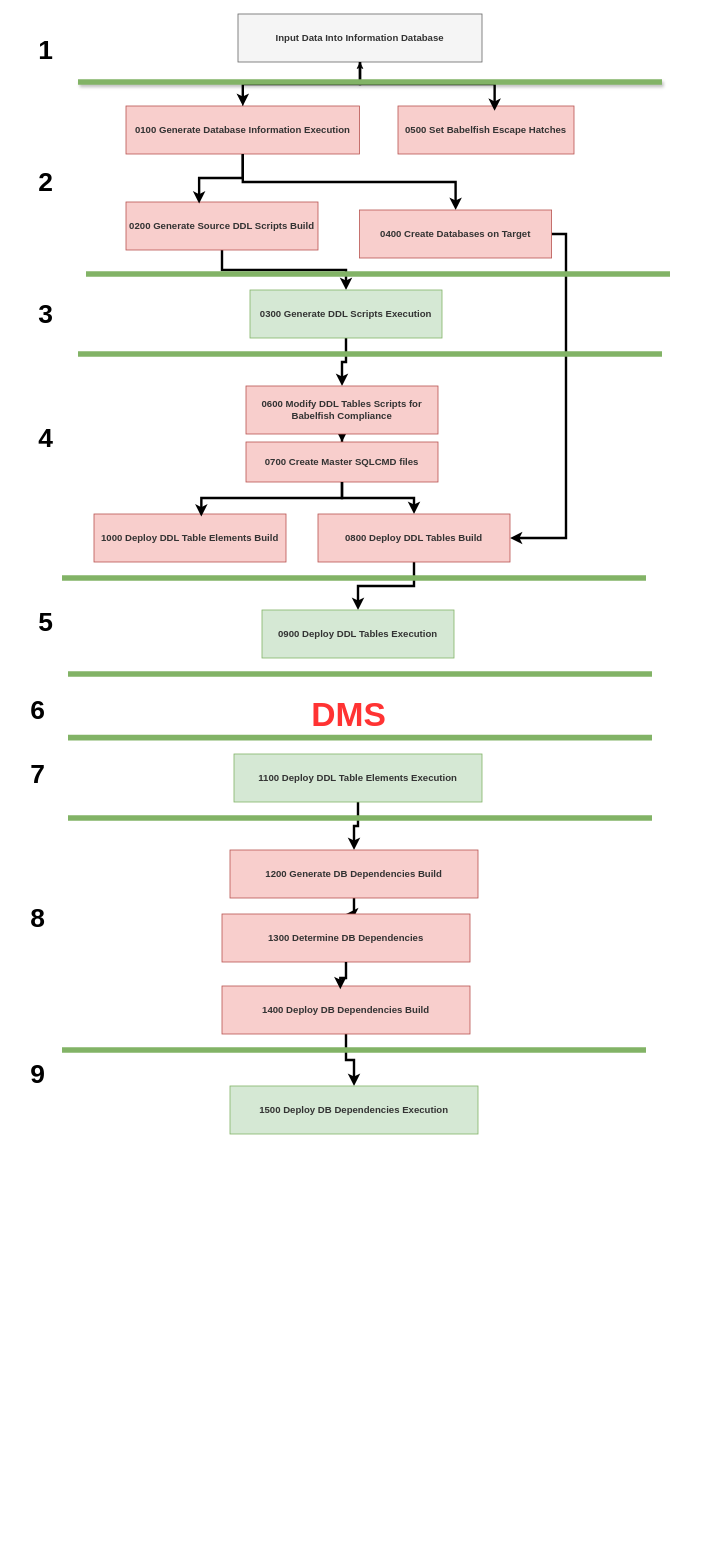
This is Untitled Diagram.drawio from smpetersgithub/draw-diagrams-depot, a draw.io file, before an edit. Source tidied: cells renumbered, new cells numbered last; positions are measured from the earlier drawing's top-left corner, leaving out a move shared by most shapes. Both pictures are drawn from the tidied source at 80%, with x=0, y=0 at pixel (14, 14).
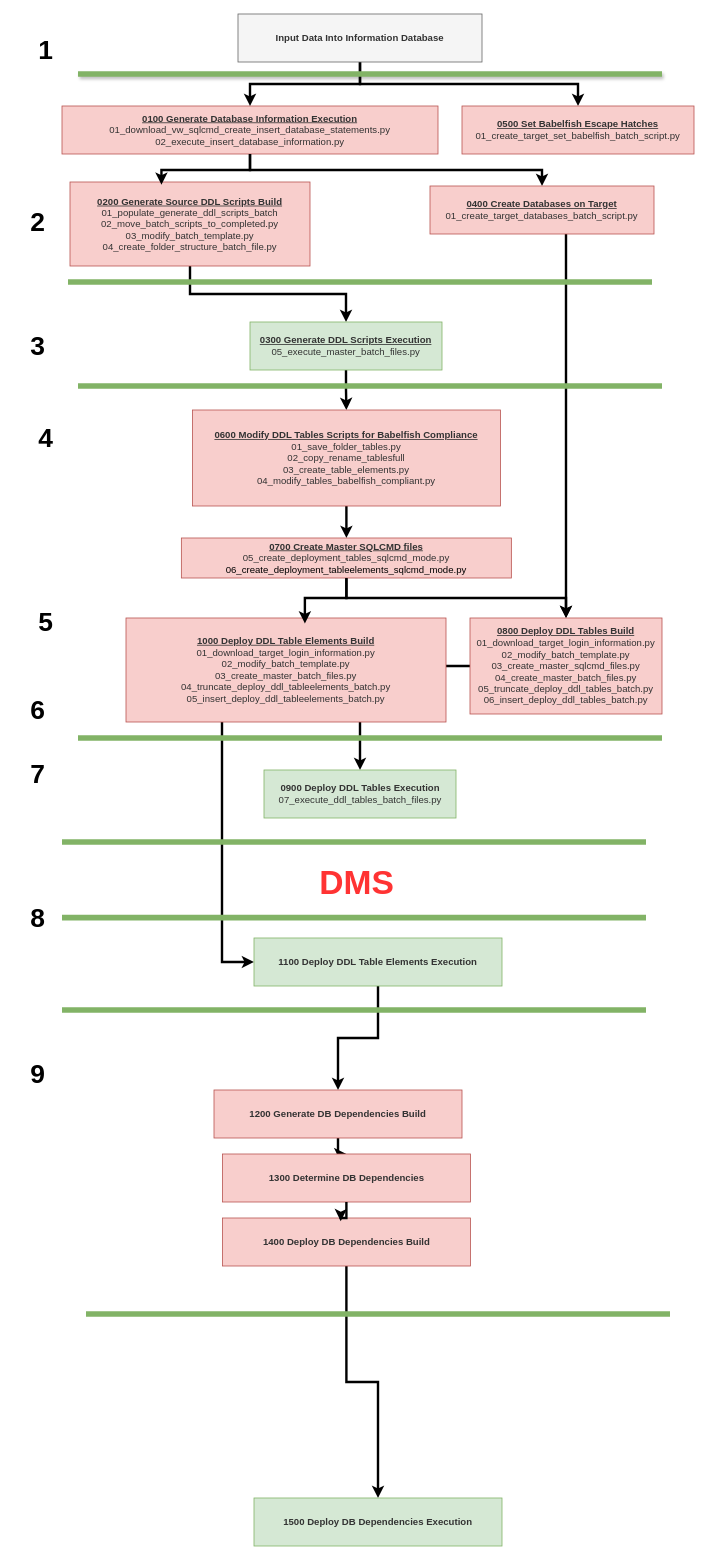
After the change.

The change refers to these unchanged cells:
```xml
<mxCell id="6" value="&lt;span style=&quot;color: rgb(51, 51, 51);&quot;&gt;&lt;b&gt;Input Data Into Information Database&lt;/b&gt;&lt;/span&gt;" style="rounded=0;whiteSpace=wrap;html=1;points=[[0,0,0,0,0],[0,0.25,0,0,0],[0,0.5,0,0,0],[0,0.75,0,0,0],[0,1,0,0,0],[0.25,0,0,0,0],[0.25,1,0,0,0],[0.5,0,0,0,0],[0.5,1,0,0,0],[0.75,0,0,0,0],[0.75,1,0,0,0],[1,0,0,0,0],[1,0.25,0,0,0],[1,0.5,0,0,0],[1,0.75,0,0,0],[1,1,0,0,0]];fillColor=#f5f5f5;fontColor=#333333;strokeColor=#666666;" parent="1" vertex="1">
  <mxGeometry x="280" width="305" height="60" as="geometry" />
</mxCell>
```

Change to the diagram source:
```diff
@@
-    <mxCell id="2" style="edgeStyle=orthogonalEdgeStyle;rounded=0;jettySize=auto;html=1;strokeWidth=3;" parent="1" edge="1" source="4" target="12">
-      <mxGeometry relative="1" as="geometry" />
-    </mxCell>
-    <mxCell id="3" style="edgeStyle=orthogonalEdgeStyle;rounded=0;jettySize=auto;html=1;" parent="1" edge="1" source="4" target="6">
-      <mxGeometry relative="1" as="geometry" />
-    </mxCell>
-    <mxCell id="4" value="&lt;span style=&quot;color: rgb(51, 51, 51);&quot;&gt;&lt;b&gt;0100 Generate Database Information Execution&lt;/b&gt;&lt;/span&gt;" style="rounded=0;whiteSpace=wrap;html=1;fillColor=#f8cecc;strokeColor=#b85450;" parent="1" vertex="1">
-      <mxGeometry x="140" y="115" width="292" height="60" as="geometry" />
+    <mxCell id="4" value="&lt;span style=&quot;color: rgb(51, 51, 51);&quot;&gt;&lt;b&gt;&lt;u&gt;0100 Generate Database Information Execution&lt;/u&gt;&lt;/b&gt;&lt;/span&gt;&lt;div&gt;&lt;font color=&quot;#333333&quot;&gt;01_download_vw_sqlcmd_create_insert_database_statements.py&lt;/font&gt;&lt;br&gt;&lt;/div&gt;&lt;div&gt;&lt;font color=&quot;#333333&quot;&gt;02_execute_insert_database_information.py&lt;br&gt;&lt;/font&gt;&lt;/div&gt;" style="rounded=0;whiteSpace=wrap;html=1;fillColor=#f8cecc;strokeColor=#b85450;" parent="1" vertex="1">
+      <mxGeometry x="60" y="115" width="470" height="60" as="geometry" />
     </mxCell>
@@
+    <mxCell id="31" style="edgeStyle=orthogonalEdgeStyle;rounded=0;jettySize=auto;html=1;strokeWidth=3;" parent="1" edge="1" source="6" target="13">
+      <mxGeometry relative="1" as="geometry" />
+    </mxCell>
@@
-    <mxCell id="8" value="&lt;span style=&quot;color: rgb(51, 51, 51);&quot;&gt;&lt;b&gt;0200 Generate Source DDL Scripts Build&lt;/b&gt;&lt;/span&gt;" style="rounded=0;whiteSpace=wrap;html=1;fillColor=#f8cecc;strokeColor=#b85450;" parent="1" vertex="1">
-      <mxGeometry x="140" y="235" width="240" height="60" as="geometry" />
+    <mxCell id="8" value="&lt;span style=&quot;color: rgb(51, 51, 51);&quot;&gt;&lt;b&gt;&lt;u&gt;0200 Generate Source DDL Scripts Build&lt;/u&gt;&lt;/b&gt;&lt;/span&gt;&lt;div&gt;&lt;font color=&quot;#333333&quot;&gt;01_populate_generate_ddl_scripts_batch&lt;/font&gt;&lt;br&gt;&lt;/div&gt;&lt;div&gt;&lt;font color=&quot;#333333&quot;&gt;02_move_batch_scripts_to_completed.py&lt;br&gt;&lt;/font&gt;&lt;/div&gt;&lt;div&gt;&lt;font color=&quot;#333333&quot;&gt;03_modify_batch_template.py&lt;br&gt;&lt;/font&gt;&lt;/div&gt;&lt;div&gt;&lt;font color=&quot;#333333&quot;&gt;04_create_folder_structure_batch_file.py&lt;/font&gt;&lt;/div&gt;" style="rounded=0;whiteSpace=wrap;html=1;fillColor=#f8cecc;strokeColor=#b85450;" parent="1" vertex="1">
+      <mxGeometry x="70" y="210" width="300" height="105" as="geometry" />
     </mxCell>
@@
-    <mxCell id="10" value="&lt;span style=&quot;color: rgb(51, 51, 51);&quot;&gt;&lt;b&gt;0300 Generate DDL Scripts Execution&lt;/b&gt;&lt;/span&gt;" style="rounded=0;whiteSpace=wrap;html=1;fillColor=#d5e8d4;strokeColor=#82b366;" parent="1" vertex="1">
-      <mxGeometry x="295" y="345" width="240" height="60" as="geometry" />
+    <mxCell id="10" value="&lt;span style=&quot;color: rgb(51, 51, 51);&quot;&gt;&lt;b&gt;&lt;u&gt;0300 Generate DDL Scripts Execution&lt;/u&gt;&lt;/b&gt;&lt;/span&gt;&lt;div&gt;&lt;font color=&quot;#333333&quot;&gt;05_execute_master_batch_files.py&lt;/font&gt;&lt;br&gt;&lt;/div&gt;" style="rounded=0;whiteSpace=wrap;html=1;fillColor=#d5e8d4;strokeColor=#82b366;" parent="1" vertex="1">
+      <mxGeometry x="295" y="385" width="240" height="60" as="geometry" />
     </mxCell>
@@
-    <mxCell id="12" value="&lt;span style=&quot;color: rgb(51, 51, 51);&quot;&gt;&lt;b&gt;0400 Create Databases on Target&lt;/b&gt;&lt;/span&gt;" style="rounded=0;whiteSpace=wrap;html=1;fillColor=#f8cecc;strokeColor=#b85450;" parent="1" vertex="1">
-      <mxGeometry x="432" y="245" width="240" height="60" as="geometry" />
-    </mxCell>
-    <mxCell id="13" value="&lt;span style=&quot;color: rgb(51, 51, 51);&quot;&gt;&lt;b&gt;0500 Set Babelfish Escape Hatches&lt;/b&gt;&lt;/span&gt;" style="rounded=0;whiteSpace=wrap;html=1;fillColor=#f8cecc;strokeColor=#b85450;" parent="1" vertex="1">
-      <mxGeometry x="480" y="115" width="220" height="60" as="geometry" />
+    <mxCell id="13" value="&lt;span style=&quot;color: rgb(51, 51, 51);&quot;&gt;&lt;b&gt;&lt;u&gt;0500 Set Babelfish Escape Hatches&lt;/u&gt;&lt;/b&gt;&lt;/span&gt;&lt;div&gt;&lt;font color=&quot;#333333&quot;&gt;01_create_target_set_babelfish_batch_script.py&lt;/font&gt;&lt;br&gt;&lt;/div&gt;" style="rounded=0;whiteSpace=wrap;html=1;fillColor=#f8cecc;strokeColor=#b85450;" parent="1" vertex="1">
+      <mxGeometry x="560" y="115" width="290" height="60" as="geometry" />
     </mxCell>
@@
-    <mxCell id="15" value="&lt;span style=&quot;color: rgb(51, 51, 51);&quot;&gt;&lt;b&gt;0600 Modify DDL Tables Scripts for Babelfish Compliance&lt;/b&gt;&lt;/span&gt;" style="rounded=0;whiteSpace=wrap;html=1;fillColor=#f8cecc;strokeColor=#b85450;" parent="1" vertex="1">
-      <mxGeometry x="290" y="465" width="240" height="60" as="geometry" />
+    <mxCell id="15" value="&lt;span style=&quot;color: rgb(51, 51, 51);&quot;&gt;&lt;b&gt;&lt;u&gt;0600 Modify DDL Tables Scripts for Babelfish Compliance&lt;/u&gt;&lt;/b&gt;&lt;/span&gt;&lt;div&gt;&lt;font style=&quot;&quot; color=&quot;#333333&quot;&gt;01_save_folder_tables.py&lt;/font&gt;&lt;br&gt;&lt;/div&gt;&lt;div&gt;&lt;font style=&quot;&quot; color=&quot;#333333&quot;&gt;02_copy_rename_tablesfull&lt;br&gt;&lt;/font&gt;&lt;/div&gt;&lt;div&gt;&lt;font style=&quot;&quot; color=&quot;#333333&quot;&gt;03_create_table_elements.py&lt;br&gt;&lt;/font&gt;&lt;/div&gt;&lt;div&gt;&lt;font style=&quot;&quot; color=&quot;#333333&quot;&gt;04_modify_tables_babelfish_compliant.py&lt;/font&gt;&lt;/div&gt;" style="rounded=0;whiteSpace=wrap;html=1;fillColor=#f8cecc;strokeColor=#b85450;" parent="1" vertex="1">
+      <mxGeometry x="223" y="495" width="385" height="120" as="geometry" />
     </mxCell>
@@
-    <mxCell id="17" value="&lt;span style=&quot;color: rgb(51, 51, 51);&quot;&gt;&lt;b&gt;0700 Create Master SQLCMD files&lt;/b&gt;&lt;/span&gt;" style="rounded=0;whiteSpace=wrap;html=1;fillColor=#f8cecc;strokeColor=#b85450;" parent="1" vertex="1">
-      <mxGeometry x="290" y="535" width="240" height="50" as="geometry" />
+    <mxCell id="17" value="&lt;span style=&quot;color: rgb(51, 51, 51);&quot;&gt;&lt;b&gt;&lt;u&gt;0700 Create Master SQLCMD files&lt;/u&gt;&lt;/b&gt;&lt;/span&gt;&lt;div&gt;&lt;font style=&quot;&quot; color=&quot;#333333&quot;&gt;05_create_deployment_tables_sqlcmd_mode.py&lt;/font&gt;&lt;br&gt;&lt;/div&gt;&lt;div&gt;06_create_deployment_tableelements_sqlcmd_mode.py&lt;br&gt;&lt;/div&gt;" style="rounded=0;whiteSpace=wrap;html=1;fillColor=#f8cecc;strokeColor=#b85450;" parent="1" vertex="1">
+      <mxGeometry x="209.2" y="655" width="412.5" height="50" as="geometry" />
     </mxCell>
@@
-    <mxCell id="19" value="&lt;span style=&quot;color: rgb(51, 51, 51);&quot;&gt;&lt;b&gt;0800 Deploy DDL Tables Build&lt;/b&gt;&lt;/span&gt;" style="rounded=0;whiteSpace=wrap;html=1;fillColor=#f8cecc;strokeColor=#b85450;" parent="1" vertex="1">
-      <mxGeometry x="380" y="625" width="240" height="60" as="geometry" />
+    <mxCell id="19" value="&lt;span style=&quot;color: rgb(51, 51, 51);&quot;&gt;&lt;b&gt;&lt;u&gt;0800 Deploy DDL Tables Build&lt;/u&gt;&lt;/b&gt;&lt;/span&gt;&lt;div&gt;&lt;font color=&quot;#333333&quot;&gt;01_download_target_login_information.py&lt;/font&gt;&lt;br&gt;&lt;/div&gt;&lt;div&gt;&lt;font color=&quot;#333333&quot;&gt;02_modify_batch_template.py&lt;br&gt;&lt;/font&gt;&lt;/div&gt;&lt;div&gt;&lt;font color=&quot;#333333&quot;&gt;03_create_master_sqlcmd_files.py&lt;/font&gt;&lt;/div&gt;&lt;div&gt;&lt;font color=&quot;#333333&quot;&gt;04_create_master_batch_files.py&lt;br&gt;&lt;/font&gt;&lt;/div&gt;&lt;div&gt;&lt;font color=&quot;#333333&quot;&gt;05_truncate_deploy_ddl_tables_batch.py&lt;br&gt;&lt;/font&gt;&lt;/div&gt;&lt;div&gt;&lt;font color=&quot;#333333&quot;&gt;06_insert_deploy_ddl_tables_batch.py&lt;br&gt;&lt;/font&gt;&lt;/div&gt;" style="rounded=0;whiteSpace=wrap;html=1;fillColor=#f8cecc;strokeColor=#b85450;" parent="1" vertex="1">
+      <mxGeometry x="570" y="755" width="240" height="120" as="geometry" />
     </mxCell>
-    <mxCell id="20" value="&lt;span style=&quot;color: rgb(51, 51, 51);&quot;&gt;&lt;b&gt;0900 Deploy DDL Tables Execution&lt;/b&gt;&lt;/span&gt;" style="rounded=0;whiteSpace=wrap;html=1;fillColor=#d5e8d4;strokeColor=#82b366;" parent="1" vertex="1">
-      <mxGeometry x="310" y="745" width="240" height="60" as="geometry" />
+    <mxCell id="20" value="&lt;span style=&quot;color: rgb(51, 51, 51);&quot;&gt;&lt;b&gt;0900 Deploy DDL Tables Execution&lt;/b&gt;&lt;/span&gt;&lt;div&gt;&lt;font color=&quot;#333333&quot;&gt;07_execute_ddl_tables_batch_files.py&lt;/font&gt;&lt;br&gt;&lt;/div&gt;" style="rounded=0;whiteSpace=wrap;html=1;fillColor=#d5e8d4;strokeColor=#82b366;" parent="1" vertex="1">
+      <mxGeometry x="312.5" y="945" width="240" height="60" as="geometry" />
     </mxCell>
+    <mxCell id="52" style="edgeStyle=orthogonalEdgeStyle;rounded=0;jettySize=auto;html=1;strokeWidth=3;" parent="1" edge="1" source="21" target="23">
+      <mxGeometry relative="1" as="geometry">
+        <Array as="points">
+          <mxPoint x="260" y="1185" />
+        </Array>
+      </mxGeometry>
+    </mxCell>
-    <mxCell id="21" value="&lt;span style=&quot;color: rgb(51, 51, 51);&quot;&gt;&lt;b&gt;1000 Deploy DDL Table Elements Build&lt;/b&gt;&lt;/span&gt;" style="rounded=0;whiteSpace=wrap;html=1;fillColor=#f8cecc;strokeColor=#b85450;" parent="1" vertex="1">
-      <mxGeometry x="100" y="625" width="240" height="60" as="geometry" />
+    <mxCell id="21" value="&lt;span style=&quot;color: rgb(51, 51, 51);&quot;&gt;&lt;b&gt;&lt;u&gt;1000 Deploy DDL Table Elements Build&lt;/u&gt;&lt;/b&gt;&lt;/span&gt;&lt;div&gt;&lt;font style=&quot;&quot; color=&quot;#333333&quot;&gt;01_download_target_login_information.py&lt;/font&gt;&lt;br&gt;&lt;/div&gt;&lt;div&gt;&lt;font color=&quot;#333333&quot;&gt;02_modify_batch_template.py&lt;/font&gt;&lt;/div&gt;&lt;div&gt;&lt;font color=&quot;#333333&quot;&gt;03_create_master_batch_files.py&lt;br&gt;&lt;/font&gt;&lt;/div&gt;&lt;div&gt;&lt;font color=&quot;#333333&quot;&gt;04_truncate_deploy_ddl_tableelements_batch.py&lt;br&gt;&lt;/font&gt;&lt;/div&gt;&lt;div&gt;&lt;font color=&quot;#333333&quot;&gt;05_insert_deploy_ddl_tableelements_batch.py&lt;/font&gt;&lt;/div&gt;" style="rounded=0;whiteSpace=wrap;html=1;fillColor=#f8cecc;strokeColor=#b85450;" parent="1" vertex="1">
+      <mxGeometry x="140" y="755" width="400" height="130" as="geometry" />
     </mxCell>
@@
     <mxCell id="23" value="&lt;span style=&quot;color: rgb(51, 51, 51);&quot;&gt;&lt;b&gt;1100 Deploy DDL Table Elements Execution&lt;/b&gt;&lt;/span&gt;" style="rounded=0;whiteSpace=wrap;html=1;fillColor=#d5e8d4;strokeColor=#82b366;" parent="1" vertex="1">
-      <mxGeometry x="275" y="925" width="310" height="60" as="geometry" />
+      <mxGeometry x="300" y="1155" width="310" height="60" as="geometry" />
     </mxCell>
@@
     <mxCell id="25" value="&lt;span style=&quot;color: rgb(51, 51, 51);&quot;&gt;&lt;b&gt;1200 Generate DB Dependencies Build&lt;/b&gt;&lt;/span&gt;" style="rounded=0;whiteSpace=wrap;html=1;fillColor=#f8cecc;strokeColor=#b85450;" parent="1" vertex="1">
-      <mxGeometry x="270" y="1045" width="310" height="60" as="geometry" />
+      <mxGeometry x="250" y="1345" width="310" height="60" as="geometry" />
     </mxCell>
     <mxCell id="26" value="&lt;span style=&quot;color: rgb(51, 51, 51);&quot;&gt;&lt;b&gt;1300 Determine DB Dependencies&lt;/b&gt;&lt;/span&gt;" style="rounded=0;whiteSpace=wrap;html=1;fillColor=#f8cecc;strokeColor=#b85450;" parent="1" vertex="1">
-      <mxGeometry x="260" y="1125" width="310" height="60" as="geometry" />
+      <mxGeometry x="260.5" y="1425" width="310" height="60" as="geometry" />
     </mxCell>
@@
     <mxCell id="28" value="&lt;span style=&quot;color: rgb(51, 51, 51);&quot;&gt;&lt;b&gt;1400 Deploy DB Dependencies Build&lt;/b&gt;&lt;/span&gt;" style="rounded=0;whiteSpace=wrap;html=1;fillColor=#f8cecc;strokeColor=#b85450;" parent="1" vertex="1">
-      <mxGeometry x="260" y="1215" width="310" height="60" as="geometry" />
+      <mxGeometry x="260.5" y="1505" width="310" height="60" as="geometry" />
     </mxCell>
     <mxCell id="29" value="&lt;span style=&quot;color: rgb(51, 51, 51);&quot;&gt;&lt;b&gt;1500 Deploy DB Dependencies Execution&lt;/b&gt;&lt;/span&gt;" style="rounded=0;whiteSpace=wrap;html=1;fillColor=#d5e8d4;strokeColor=#82b366;" parent="1" vertex="1">
-      <mxGeometry x="270" y="1340" width="310" height="60" as="geometry" />
+      <mxGeometry x="300" y="1855" width="310" height="60" as="geometry" />
     </mxCell>
@@
-    <mxCell id="31" style="edgeStyle=orthogonalEdgeStyle;rounded=0;jettySize=auto;html=1;entryX=0.549;entryY=0.1;entryDx=0;entryDy=0;entryPerimeter=0;strokeWidth=3;" parent="1" edge="1" source="6" target="13">
-      <mxGeometry relative="1" as="geometry" />
-    </mxCell>
@@
     <mxCell id="33" style="endArrow=none;html=1;rounded=0;strokeWidth=7;shadow=1;fillColor=#d5e8d4;strokeColor=#82b366;" parent="1" edge="1">
       <mxGeometry relative="1" as="geometry">
-        <mxPoint x="80" y="85" as="sourcePoint" />
-        <mxPoint x="810" y="85" as="targetPoint" />
+        <mxPoint x="80" y="75" as="sourcePoint" />
+        <mxPoint x="810" y="75" as="targetPoint" />
       </mxGeometry>
     </mxCell>
     <mxCell id="34" style="endArrow=none;html=1;rounded=0;strokeWidth=7;fillColor=#d5e8d4;strokeColor=#82b366;" parent="1" edge="1">
       <mxGeometry relative="1" as="geometry">
-        <mxPoint x="90" y="325" as="sourcePoint" />
-        <mxPoint x="820" y="325" as="targetPoint" />
+        <mxPoint x="67.5" y="335" as="sourcePoint" />
+        <mxPoint x="797.5" y="335" as="targetPoint" />
       </mxGeometry>
     </mxCell>
     <mxCell id="35" style="endArrow=none;html=1;rounded=0;strokeWidth=7;fillColor=#d5e8d4;strokeColor=#82b366;" parent="1" edge="1">
       <mxGeometry relative="1" as="geometry">
-        <mxPoint x="80" y="425" as="sourcePoint" />
-        <mxPoint x="810" y="425" as="targetPoint" />
+        <mxPoint x="80" y="465" as="sourcePoint" />
+        <mxPoint x="810" y="465" as="targetPoint" />
       </mxGeometry>
     </mxCell>
     <mxCell id="36" style="endArrow=none;html=1;rounded=0;strokeWidth=7;fillColor=#d5e8d4;strokeColor=#82b366;" parent="1" edge="1">
       <mxGeometry relative="1" as="geometry">
-        <mxPoint x="60" y="705" as="sourcePoint" />
-        <mxPoint x="790" y="705" as="targetPoint" />
+        <mxPoint x="80" y="905" as="sourcePoint" />
+        <mxPoint x="810" y="905" as="targetPoint" />
       </mxGeometry>
     </mxCell>
     <mxCell id="37" style="endArrow=none;html=1;rounded=0;strokeWidth=7;fillColor=#d5e8d4;strokeColor=#82b366;" parent="1" edge="1">
       <mxGeometry relative="1" as="geometry">
-        <mxPoint x="67.5" y="825" as="sourcePoint" />
-        <mxPoint x="797.5" y="825" as="targetPoint" />
+        <mxPoint x="60" y="1035" as="sourcePoint" />
+        <mxPoint x="790" y="1035" as="targetPoint" />
       </mxGeometry>
     </mxCell>
@@
     <mxCell id="39" value="&lt;h1 style=&quot;margin-top: 0px;&quot;&gt;&lt;font style=&quot;font-size: 42px;&quot; color=&quot;#ff3333&quot;&gt;DMS&lt;/font&gt;&lt;/h1&gt;" style="text;html=1;whiteSpace=wrap;overflow=hidden;rounded=0;" parent="1" vertex="1">
-      <mxGeometry x="370" y="845" width="120" height="50" as="geometry" />
+      <mxGeometry x="380" y="1055" width="120" height="50" as="geometry" />
     </mxCell>
     <mxCell id="40" style="endArrow=none;html=1;rounded=0;strokeWidth=7;fillColor=#d5e8d4;strokeColor=#82b366;" parent="1" edge="1">
       <mxGeometry relative="1" as="geometry">
-        <mxPoint x="67.5" y="904.5" as="sourcePoint" />
-        <mxPoint x="797.5" y="904.5" as="targetPoint" />
+        <mxPoint x="60" y="1129.5" as="sourcePoint" />
+        <mxPoint x="790" y="1129.5" as="targetPoint" />
       </mxGeometry>
     </mxCell>
     <mxCell id="41" style="endArrow=none;html=1;rounded=0;strokeWidth=7;fillColor=#d5e8d4;strokeColor=#82b366;" parent="1" edge="1">
       <mxGeometry relative="1" as="geometry">
-        <mxPoint x="67.5" y="1005" as="sourcePoint" />
-        <mxPoint x="797.5" y="1005" as="targetPoint" />
+        <mxPoint x="60" y="1245" as="sourcePoint" />
+        <mxPoint x="790" y="1245" as="targetPoint" />
       </mxGeometry>
     </mxCell>
     <mxCell id="42" style="endArrow=none;html=1;rounded=0;strokeWidth=7;fillColor=#d5e8d4;strokeColor=#82b366;" parent="1" edge="1">
       <mxGeometry relative="1" as="geometry">
-        <mxPoint x="60" y="1295" as="sourcePoint" />
-        <mxPoint x="790" y="1295" as="targetPoint" />
+        <mxPoint x="90" y="1625" as="sourcePoint" />
+        <mxPoint x="820" y="1625" as="targetPoint" />
       </mxGeometry>
     </mxCell>
@@
     <mxCell id="44" value="&lt;font style=&quot;font-size: 33px;&quot;&gt;&lt;b&gt;3&lt;/b&gt;&lt;/font&gt;" style="text;html=1;align=center;verticalAlign=middle;whiteSpace=wrap;rounded=0;" parent="1" vertex="1">
-      <mxGeometry x="10" y="360" width="60" height="30" as="geometry" />
+      <mxGeometry y="400" width="60" height="30" as="geometry" />
     </mxCell>
     <mxCell id="45" value="&lt;font style=&quot;font-size: 33px;&quot;&gt;&lt;b&gt;2&lt;/b&gt;&lt;/font&gt;" style="text;html=1;align=center;verticalAlign=middle;whiteSpace=wrap;rounded=0;" parent="1" vertex="1">
-      <mxGeometry x="10" y="195" width="60" height="30" as="geometry" />
+      <mxGeometry y="245" width="60" height="30" as="geometry" />
     </mxCell>
@@
+    <mxCell id="2" style="edgeStyle=orthogonalEdgeStyle;rounded=0;jettySize=auto;html=1;strokeWidth=3;exitX=0.5;exitY=1;exitDx=0;exitDy=0;" parent="1" edge="1" source="4" target="12">
+      <mxGeometry relative="1" as="geometry" />
+    </mxCell>
+    <mxCell id="12" value="&lt;span style=&quot;color: rgb(51, 51, 51);&quot;&gt;&lt;b&gt;&lt;u&gt;0400 Create Databases on Target&lt;/u&gt;&lt;/b&gt;&lt;/span&gt;&lt;div&gt;&lt;font color=&quot;#333333&quot;&gt;01_create_target_databases_batch_script.py&lt;/font&gt;&lt;br&gt;&lt;/div&gt;" style="rounded=0;whiteSpace=wrap;html=1;fillColor=#f8cecc;strokeColor=#b85450;" parent="1" vertex="1">
+      <mxGeometry x="520" y="215" width="280" height="60" as="geometry" />
+    </mxCell>
```
